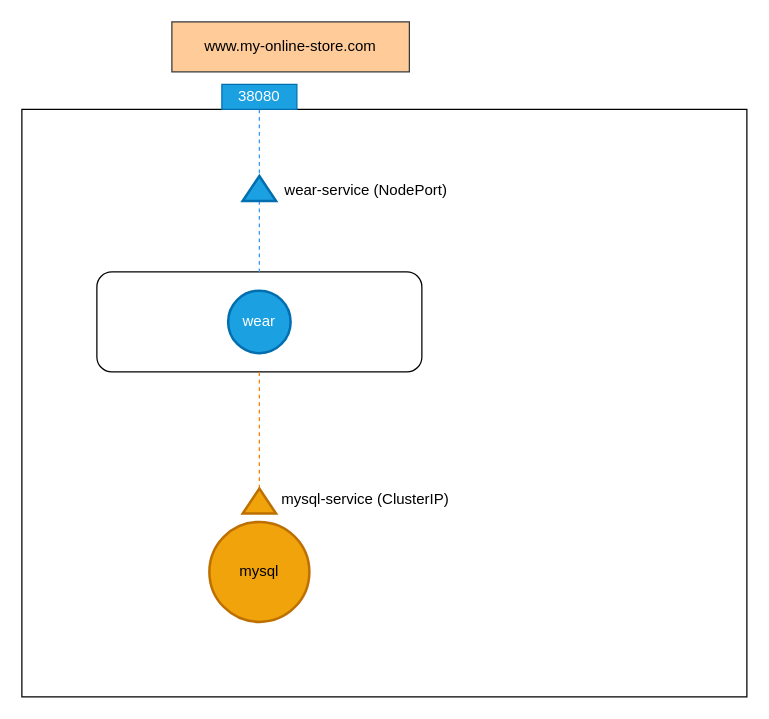
This is page "ingress" (6 of 6) of assets/networking.drawio from aditya109/journey-CKA, a draw.io file, before an edit. Source tidied: cells renumbered, new cells numbered last; positions are measured from the earlier drawing's top-left corner, leaving out a move shared by most shapes. Both pictures are drawn from the tidied source at 125%, with x=0, y=0 at pixel (21, 21).
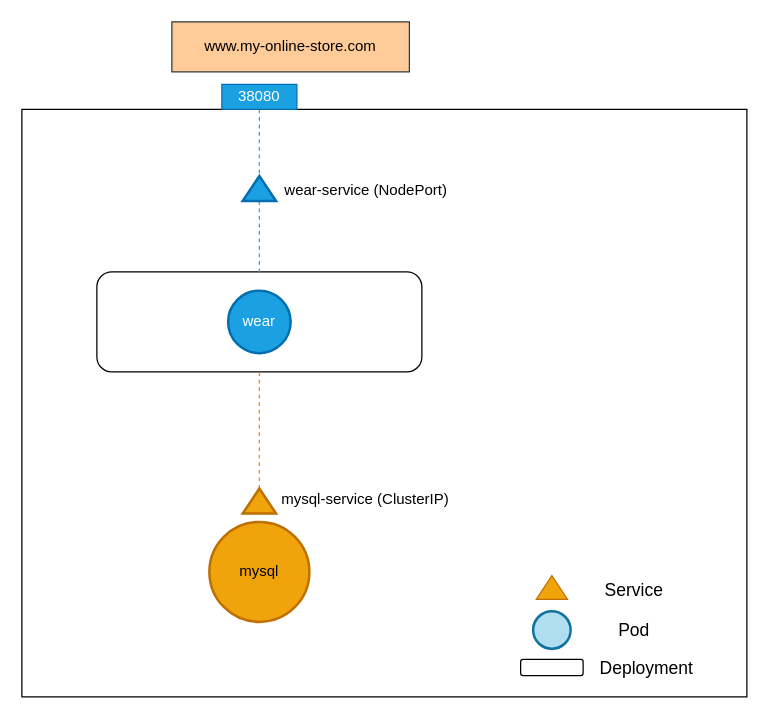
The same page after the edit.

What changed in the source:
```diff
@@
+    <mxCell id="15" style="rounded=1;whiteSpace=wrap;html=1;strokeWidth=1;" parent="1" vertex="1">
+      <mxGeometry x="399" y="510" width="50" height="13" as="geometry" />
+    </mxCell>
+    <mxCell id="16" value="Deployment" style="text;html=1;strokeColor=none;fillColor=none;align=center;verticalAlign=middle;whiteSpace=wrap;rounded=0;fontSize=14;" parent="1" vertex="1">
+      <mxGeometry x="470" y="501.5" width="60" height="30" as="geometry" />
+    </mxCell>
+    <mxCell id="17" style="ellipse;whiteSpace=wrap;html=1;fontSize=14;strokeWidth=2;fillColor=#b1ddf0;strokeColor=#10739e;" parent="1" vertex="1">
+      <mxGeometry x="409" y="471.5" width="30" height="30" as="geometry" />
+    </mxCell>
+    <mxCell id="18" value="Pod" style="text;html=1;strokeColor=none;fillColor=none;align=center;verticalAlign=middle;whiteSpace=wrap;rounded=0;fontSize=14;" parent="1" vertex="1">
+      <mxGeometry x="460" y="472" width="60" height="30" as="geometry" />
+    </mxCell>
+    <mxCell id="19" style="triangle;whiteSpace=wrap;html=1;fontSize=14;strokeWidth=1;rotation=-90;fillColor=#f0a30a;strokeColor=#BD7000;fontColor=#000000;" parent="1" vertex="1">
+      <mxGeometry x="414.6" y="440" width="18.8" height="25" as="geometry" />
+    </mxCell>
+    <mxCell id="20" value="Service" style="text;html=1;strokeColor=none;fillColor=none;align=center;verticalAlign=middle;whiteSpace=wrap;rounded=0;fontSize=14;" parent="1" vertex="1">
+      <mxGeometry x="460" y="440" width="60" height="30" as="geometry" />
+    </mxCell>
```
